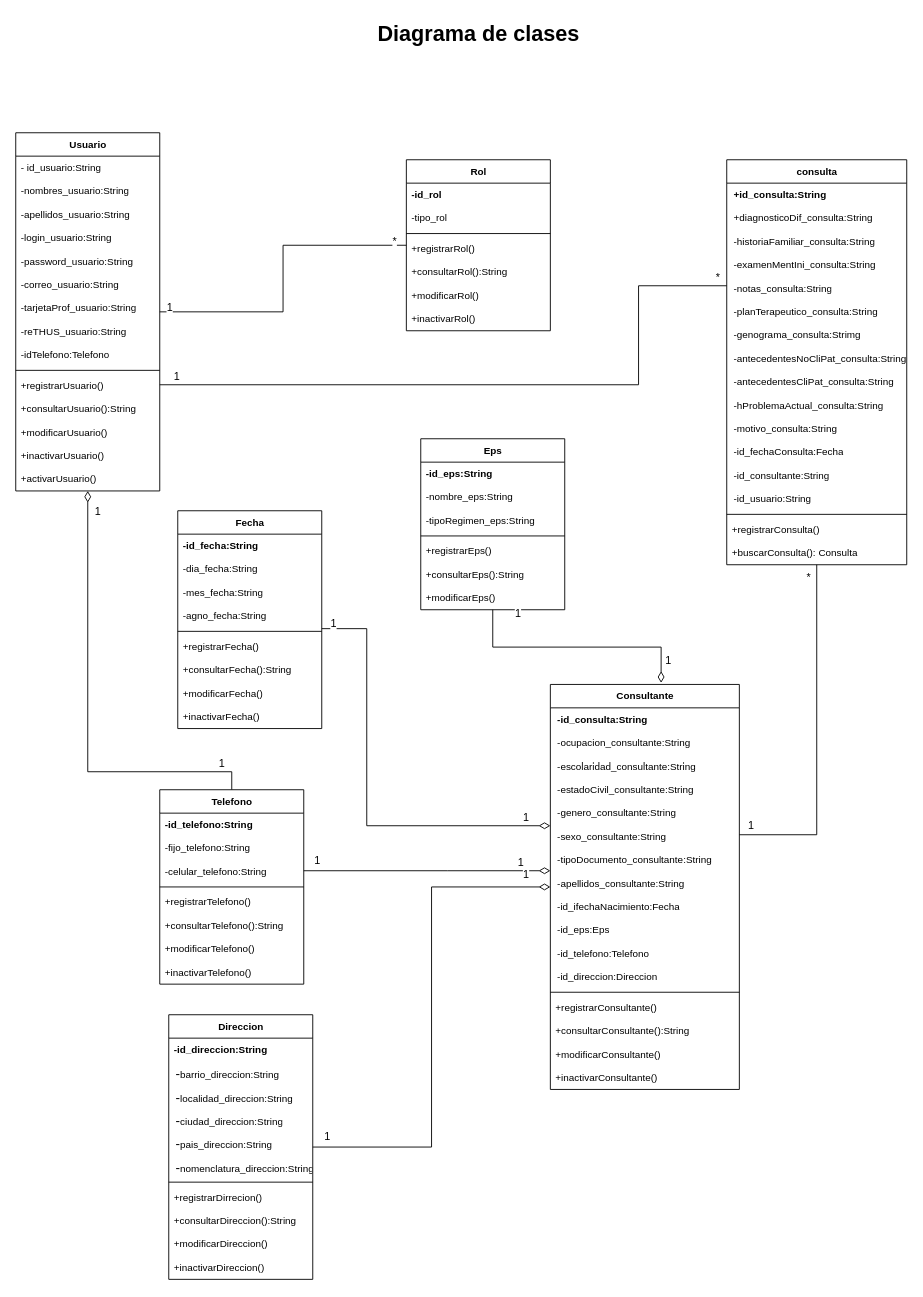
barloff2/Diagramas keeps this draw.io diagram as page "D. de Clases" (5 of 11) of Diagramas/Untitled Diagram.drawio. Above is the earlier version. Source tidied: cells renumbered, new cells numbered last; positions are measured from the earlier drawing's top-left corner, leaving out a move shared by most shapes. Both pictures are drawn from the tidied source at 90%, with x=0, y=0 at pixel (15, 15).
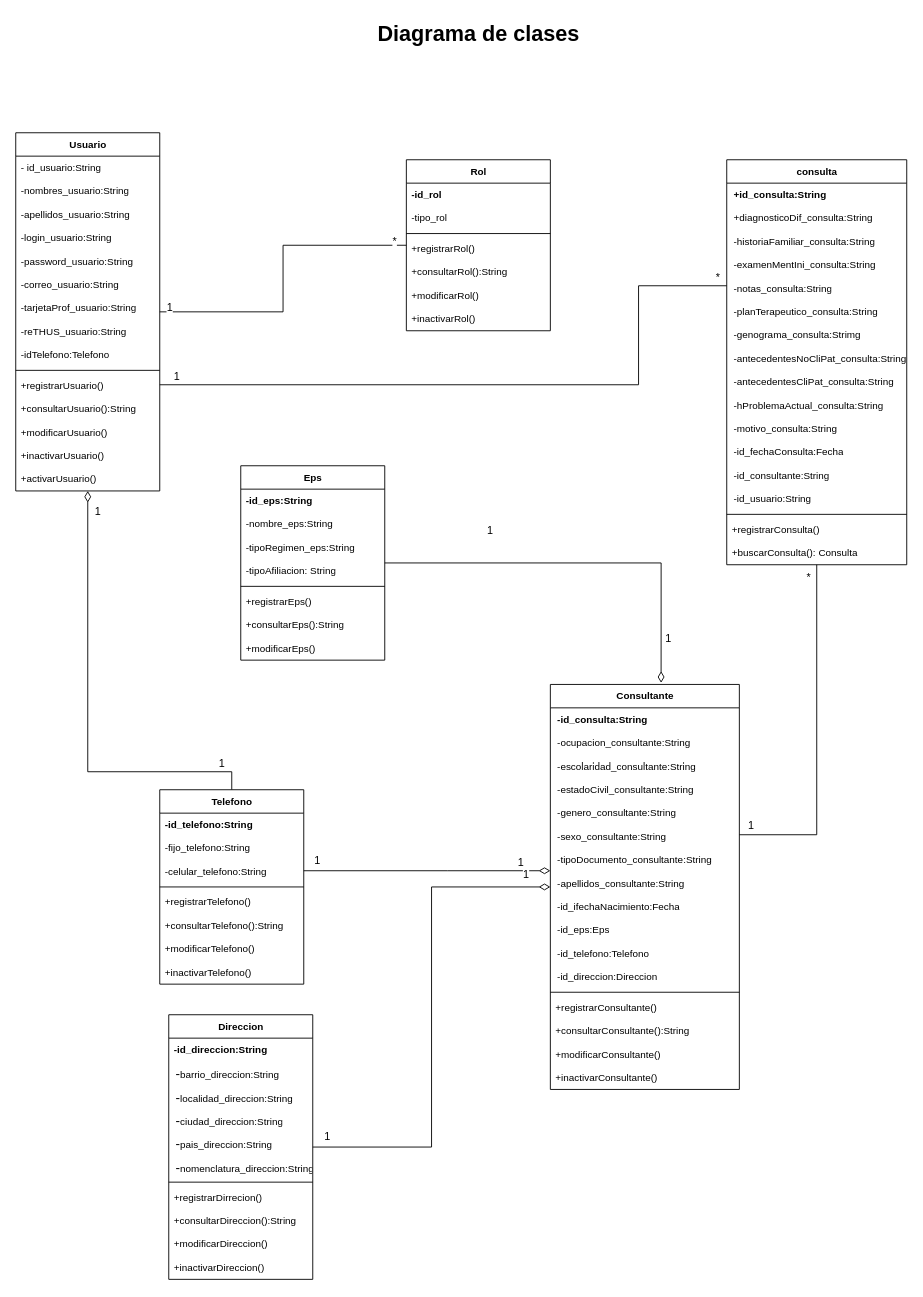
The same diagram, later.

The change refers to these unchanged cells:
```xml
<mxCell id="75" value="Consultante" style="swimlane;fontStyle=1;align=center;verticalAlign=top;horizontal=1;startSize=26;fontSize=11;html=1;" parent="1" vertex="1">
  <mxGeometry x="594" y="743" width="210" height="450" as="geometry" />
</mxCell>
```

Diff of the diagram source:
```diff
@@
-    <mxCell id="32" value="Fecha" style="swimlane;fontStyle=1;align=center;verticalAlign=top;horizontal=1;startSize=26;fontSize=11;html=1;" parent="1" vertex="1">
-      <mxGeometry x="180" y="550" width="160" height="242" as="geometry" />
-    </mxCell>
-    <mxCell id="33" value="&lt;b&gt;-id_fecha:String&lt;/b&gt;" style="text;strokeColor=none;fillColor=none;align=left;verticalAlign=top;spacingLeft=4;spacingRight=4;overflow=hidden;fontSize=11;html=1;" parent="32" vertex="1">
-      <mxGeometry y="26" width="160" height="26" as="geometry" />
-    </mxCell>
-    <mxCell id="34" value="-dia_fecha:String" style="text;strokeColor=none;fillColor=none;align=left;verticalAlign=top;spacingLeft=4;spacingRight=4;overflow=hidden;fontSize=11;html=1;" parent="32" vertex="1">
-      <mxGeometry y="52" width="160" height="26" as="geometry" />
-    </mxCell>
-    <mxCell id="35" value="-mes_fecha:String" style="text;strokeColor=none;fillColor=none;align=left;verticalAlign=top;spacingLeft=4;spacingRight=4;overflow=hidden;fontSize=11;html=1;" parent="32" vertex="1">
-      <mxGeometry y="78" width="160" height="26" as="geometry" />
-    </mxCell>
-    <mxCell id="36" value="-agno_fecha:String" style="text;strokeColor=none;fillColor=none;align=left;verticalAlign=top;spacingLeft=4;spacingRight=4;overflow=hidden;fontSize=11;html=1;" parent="32" vertex="1">
-      <mxGeometry y="104" width="160" height="26" as="geometry" />
-    </mxCell>
-    <mxCell id="37" style="line;strokeWidth=1;fillColor=none;align=left;verticalAlign=middle;spacingTop=-1;spacingLeft=3;spacingRight=3;labelPosition=right;fontSize=11;html=1;" parent="32" vertex="1">
-      <mxGeometry y="130" width="160" height="8" as="geometry" />
-    </mxCell>
-    <mxCell id="38" value="+registrarFecha()" style="text;strokeColor=none;fillColor=none;align=left;verticalAlign=top;spacingLeft=4;spacingRight=4;overflow=hidden;fontSize=11;html=1;" parent="32" vertex="1">
-      <mxGeometry y="138" width="160" height="26" as="geometry" />
-    </mxCell>
-    <mxCell id="39" value="+consultarFecha():String" style="text;strokeColor=none;fillColor=none;align=left;verticalAlign=top;spacingLeft=4;spacingRight=4;overflow=hidden;fontSize=11;html=1;" parent="32" vertex="1">
-      <mxGeometry y="164" width="160" height="26" as="geometry" />
-    </mxCell>
-    <mxCell id="40" value="+modificarFecha()" style="text;strokeColor=none;fillColor=none;align=left;verticalAlign=top;spacingLeft=4;spacingRight=4;overflow=hidden;fontSize=11;html=1;" parent="32" vertex="1">
-      <mxGeometry y="190" width="160" height="26" as="geometry" />
-    </mxCell>
-    <mxCell id="41" value="+inactivarFecha()" style="text;strokeColor=none;fillColor=none;align=left;verticalAlign=top;spacingLeft=4;spacingRight=4;overflow=hidden;fontSize=11;html=1;" parent="32" vertex="1">
-      <mxGeometry y="216" width="160" height="26" as="geometry" />
-    </mxCell>
@@
     <mxCell id="105" value="Eps" style="swimlane;fontStyle=1;align=center;verticalAlign=top;horizontal=1;startSize=26;fontSize=11;html=1;" parent="1" vertex="1">
-      <mxGeometry x="450" y="470" width="160" height="190" as="geometry" />
+      <mxGeometry x="250" y="500" width="160" height="216" as="geometry" />
     </mxCell>
@@
+    <mxCell id="126" value="-tipoAfiliacion: String" style="text;strokeColor=none;fillColor=none;align=left;verticalAlign=top;spacingLeft=4;spacingRight=4;overflow=hidden;fontSize=11;html=1;" parent="105" vertex="1">
+      <mxGeometry y="104" width="160" height="26" as="geometry" />
+    </mxCell>
     <mxCell id="109" style="line;strokeWidth=1;fillColor=none;align=left;verticalAlign=middle;spacingTop=-1;spacingLeft=3;spacingRight=3;labelPosition=right;fontSize=11;html=1;" parent="105" vertex="1">
-      <mxGeometry y="104" width="160" height="8" as="geometry" />
+      <mxGeometry y="130" width="160" height="8" as="geometry" />
     </mxCell>
     <mxCell id="110" value="&lt;div&gt;+registrarEps()&lt;/div&gt;" style="text;strokeColor=none;fillColor=none;align=left;verticalAlign=top;spacingLeft=4;spacingRight=4;overflow=hidden;fontSize=11;html=1;" parent="105" vertex="1">
-      <mxGeometry y="112" width="160" height="26" as="geometry" />
+      <mxGeometry y="138" width="160" height="26" as="geometry" />
     </mxCell>
     <mxCell id="111" value="+consultarEps():String" style="text;strokeColor=none;fillColor=none;align=left;verticalAlign=top;spacingLeft=4;spacingRight=4;overflow=hidden;fontSize=11;html=1;" parent="105" vertex="1">
-      <mxGeometry y="138" width="160" height="26" as="geometry" />
+      <mxGeometry y="164" width="160" height="26" as="geometry" />
     </mxCell>
     <mxCell id="112" value="+modificarEps()" style="text;strokeColor=none;fillColor=none;align=left;verticalAlign=top;spacingLeft=4;spacingRight=4;overflow=hidden;fontSize=11;html=1;" parent="105" vertex="1">
-      <mxGeometry y="164" width="160" height="26" as="geometry" />
+      <mxGeometry y="190" width="160" height="26" as="geometry" />
     </mxCell>
@@
-    <mxCell id="116" style="edgeStyle=orthogonalEdgeStyle;rounded=0;jettySize=auto;html=1;endArrow=diamondThin;endFill=0;strokeWidth=1;endSize=10;startSize=10;" parent="1" edge="1" source="32" target="75">
-      <mxGeometry relative="1" as="geometry">
-        <Array as="points">
-          <mxPoint x="390" y="681" />
-          <mxPoint x="390" y="900" />
-        </Array>
-      </mxGeometry>
-    </mxCell>
-    <mxCell id="117" value="1" style="edgeLabel;html=1;align=center;verticalAlign=middle;fontSize=12;" parent="116" vertex="1">
-      <mxGeometry x="-0.93" relative="1" as="geometry">
-        <mxPoint x="-5" y="-6" as="offset" />
-      </mxGeometry>
-    </mxCell>
-    <mxCell id="118" value="1" style="edgeLabel;html=1;align=center;verticalAlign=middle;fontSize=12;" parent="116" vertex="1">
-      <mxGeometry x="0.85" y="1" relative="1" as="geometry">
-        <mxPoint x="7" y="-9" as="offset" />
-      </mxGeometry>
-    </mxCell>
```
